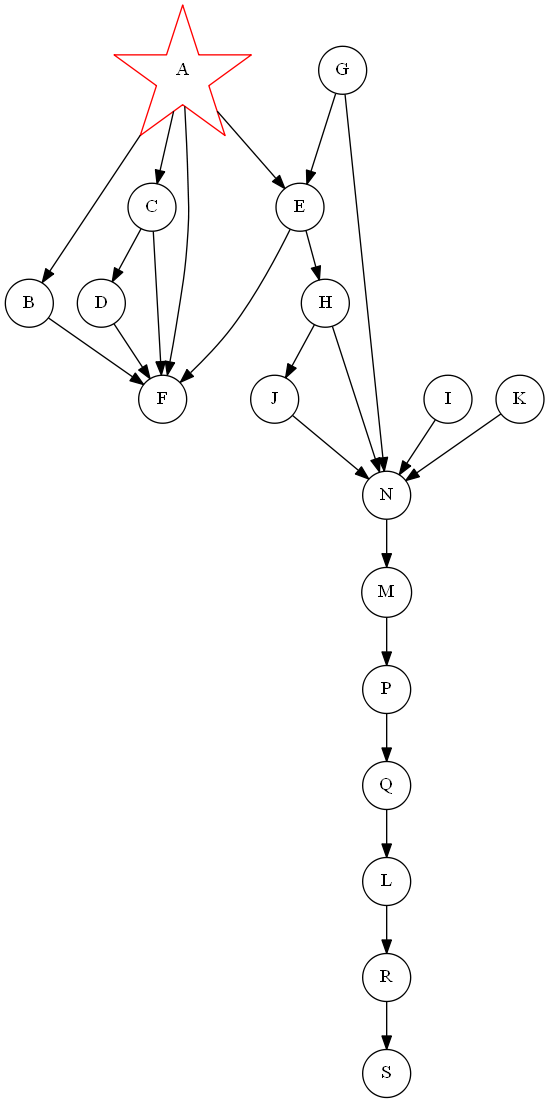
This is Work/src/Digraph.gv.png from C3-Hack/Tirano-Cup, a Graphviz export, as it was before one commit. Its source is kept beside it as Work/src/Digraph.gv.
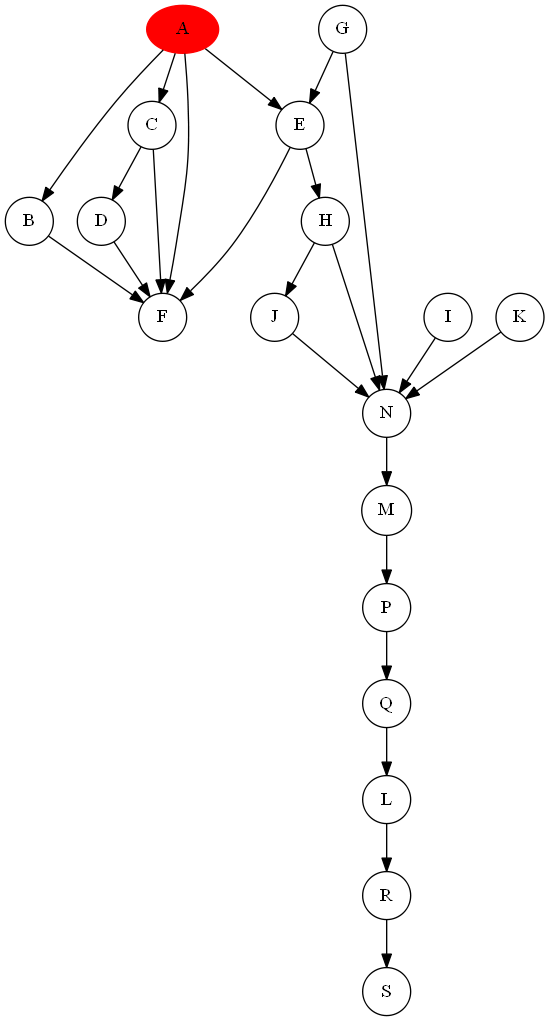
The same diagram one commit later.

The edit, as a diff of the source:
```diff
@@ -1,25 +1,25 @@
 digraph {
-	node [color=red shape=star]
-	A
+	node [color=red]
+	A [fillcolor=red fontcolor=black style=filled]
 	node [color=black shape=circle]
 	B
 	A -> B
-	node [color=red shape=star]
-	A
+	node [color=red]
+	A [fillcolor=red fontcolor=black style=filled]
 	node [color=black shape=circle]
 	C
 	A -> C
 	node [color=black shape=circle]
 	C -> D
-	node [color=red shape=star]
-	A
+	node [color=red]
+	A [fillcolor=red fontcolor=black style=filled]
 	node [color=black shape=circle]
 	E
 	A -> E
 	node [color=black shape=circle]
 	G -> E
-	node [color=red shape=star]
-	A
+	node [color=red]
+	A [fillcolor=red fontcolor=black style=filled]
 	node [color=black shape=circle]
 	F
 	A -> F
```
